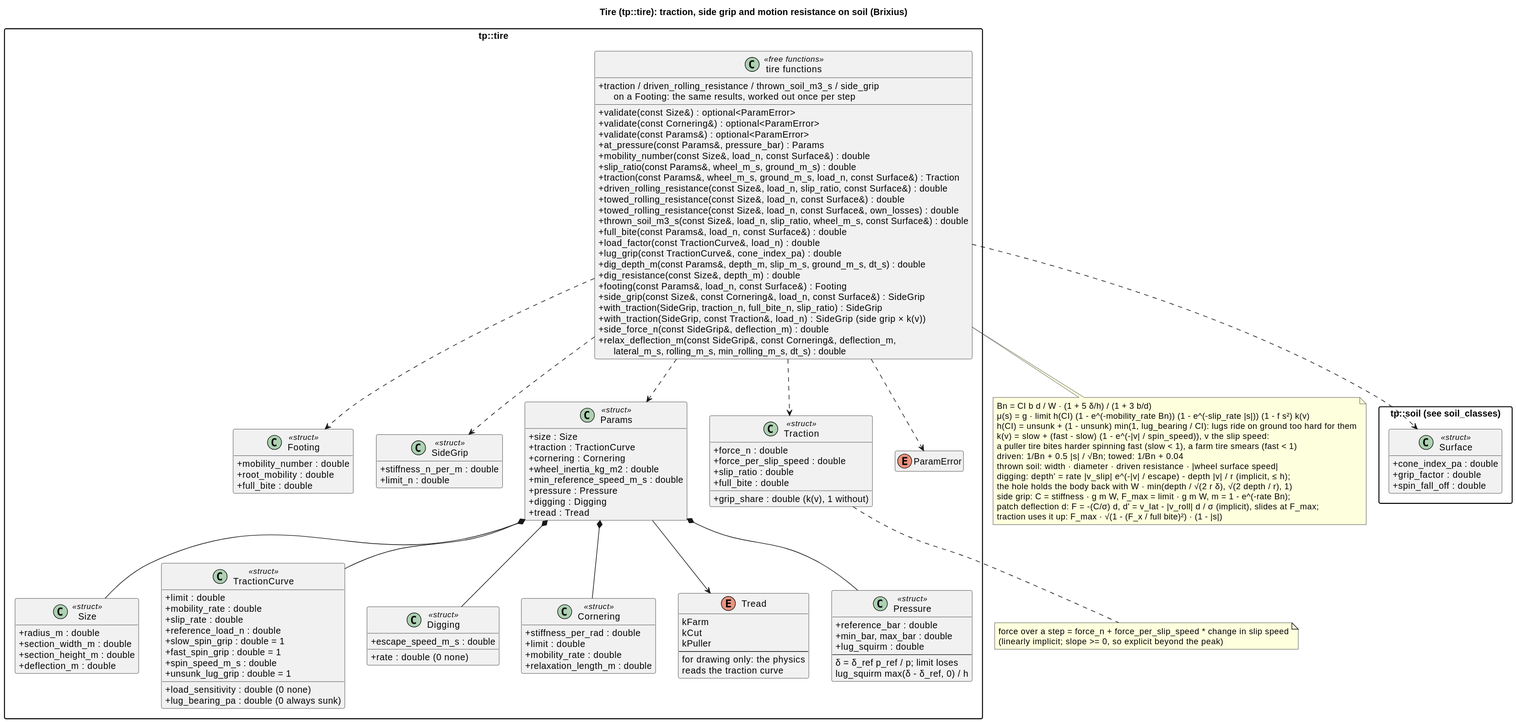
The PlantUML diagram docs/diagrams/svg/tire_classes.svg in wversteeg/TractorPulling, before a commit.
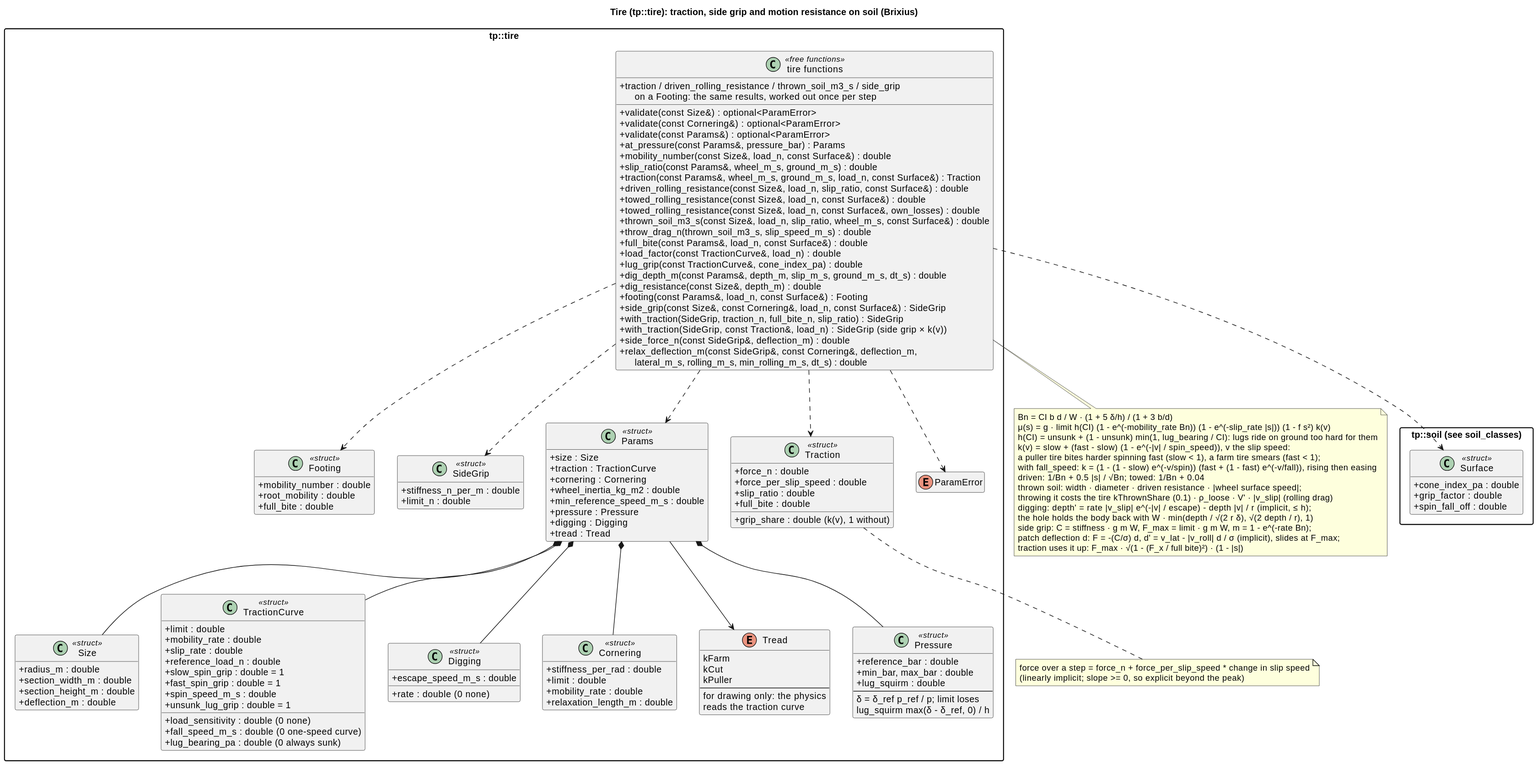
Later version of the same file.

Diff of the diagram source:
```diff
@@ -28,6 +28,7 @@
     +slow_spin_grip : double = 1
     +fast_spin_grip : double = 1
     +spin_speed_m_s : double
+    +fall_speed_m_s : double (0 one-speed curve)
     +lug_bearing_pa : double (0 always sunk)
     +unsunk_lug_grip : double = 1
   }
@@ -96,6 +97,7 @@
     +towed_rolling_resistance(const Size&, load_n, const Surface&) : double
     +towed_rolling_resistance(const Size&, load_n, const Surface&, own_losses) : double
     +thrown_soil_m3_s(const Size&, load_n, slip_ratio, wheel_m_s, const Surface&) : double
+    +throw_drag_n(thrown_soil_m3_s, slip_speed_m_s) : double
     +full_bite(const Params&, load_n, const Surface&) : double
     +load_factor(const TractionCurve&, load_n) : double
     +lug_grip(const TractionCurve&, cone_index_pa) : double
@@ -127,9 +129,11 @@
   μ(s) = g · limit h(CI) (1 - e^(-mobility_rate Bn)) (1 - e^(-slip_rate |s|)) (1 - f s²) k(v)
   h(CI) = unsunk + (1 - unsunk) min(1, lug_bearing / CI): lugs ride on ground too hard for them
   k(v) = slow + (fast - slow) (1 - e^(-|v| / spin_speed)), v the slip speed:
-  a puller tire bites harder spinning fast (slow < 1), a farm tire smears (fast < 1)
+  a puller tire bites harder spinning fast (slow < 1), a farm tire smears (fast < 1);
+  with fall_speed: k = (1 - (1 - slow) e^(-v/spin)) (fast + (1 - fast) e^(-v/fall)), rising then easing
   driven: 1/Bn + 0.5 |s| / √Bn;  towed: 1/Bn + 0.04
-  thrown soil: width · diameter · driven resistance · |wheel surface speed|
+  thrown soil: width · diameter · driven resistance · |wheel surface speed|;
+  throwing it costs the tire kThrownShare (0.1) · ρ_loose · V' · |v_slip| (rolling drag)
   digging: depth' = rate |v_slip| e^(-|v| / escape) - depth |v| / r (implicit, ≤ h);
   the hole holds the body back with W · min(depth / √(2 r δ), √(2 depth / r), 1)
   side grip: C = stiffness · g m W, F_max = limit · g m W, m = 1 - e^(-rate Bn);
```
